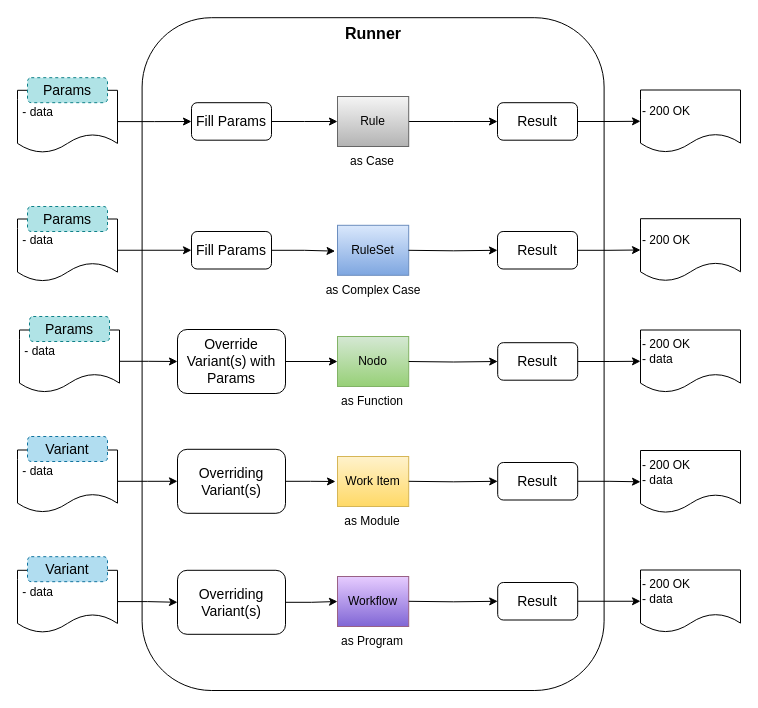
edervzz/nrules keeps this draw.io diagram as page "Runner" (4 of 5) of NRule.drawio. Above is the earlier version. Source tidied: cells renumbered, new cells numbered last; positions are measured from the earlier drawing's top-left corner, leaving out a move shared by most shapes. Both pictures are drawn from the tidied source at 100%, with x=0, y=0 at pixel (17, 17).
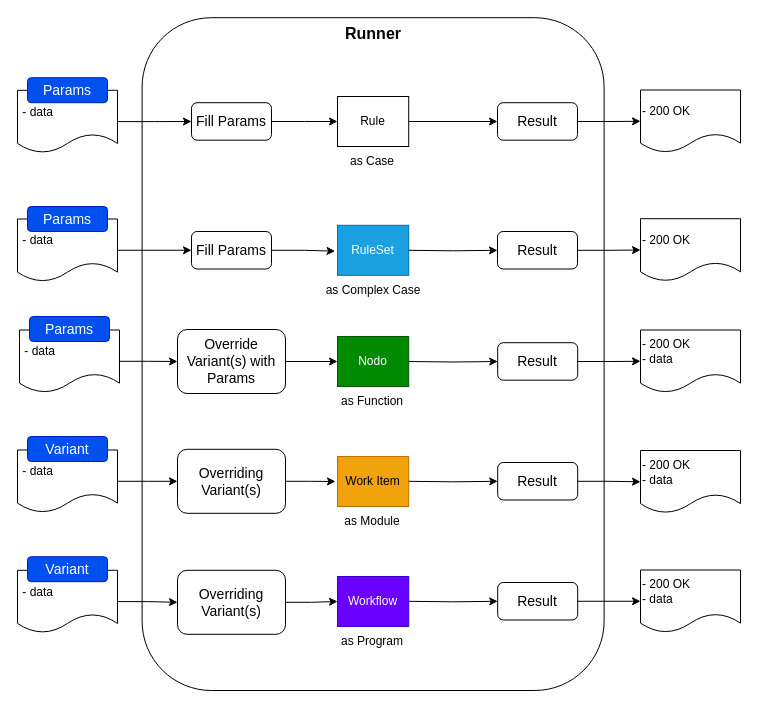
Above is the later version.

Change to the diagram source:
```diff
@@
-    <mxCell id="4" value="Rule" style="rounded=0;whiteSpace=wrap;html=1;verticalAlign=middle;align=center;fillColor=#f5f5f5;strokeColor=#666666;gradientColor=#b3b3b3;" parent="1" vertex="1">
+    <mxCell id="4" value="Rule" style="rounded=0;whiteSpace=wrap;html=1;verticalAlign=middle;align=center;" parent="1" vertex="1">
       <mxGeometry x="320" y="79" width="71.2" height="50" as="geometry" />
     </mxCell>
-    <mxCell id="5" value="RuleSet" style="rounded=0;whiteSpace=wrap;html=1;verticalAlign=middle;align=center;fillColor=#dae8fc;strokeColor=#6c8ebf;gradientColor=#7ea6e0;" parent="1" vertex="1">
+    <mxCell id="5" value="RuleSet" style="rounded=0;whiteSpace=wrap;html=1;verticalAlign=middle;align=center;fillColor=#1ba1e2;strokeColor=#006EAF;fontColor=#ffffff;" parent="1" vertex="1">
       <mxGeometry x="320" y="207.8" width="71.2" height="50" as="geometry" />
     </mxCell>
-    <mxCell id="6" value="Nodo" style="rounded=0;whiteSpace=wrap;html=1;verticalAlign=middle;align=center;fillColor=#d5e8d4;strokeColor=#82b366;gradientColor=#97d077;" parent="1" vertex="1">
+    <mxCell id="6" value="Nodo" style="rounded=0;whiteSpace=wrap;html=1;verticalAlign=middle;align=center;fillColor=#008a00;strokeColor=#005700;fontColor=#ffffff;" parent="1" vertex="1">
       <mxGeometry x="320" y="319" width="71.2" height="50" as="geometry" />
     </mxCell>
-    <mxCell id="7" value="Work&amp;nbsp;&lt;span style=&quot;background-color: initial;&quot;&gt;Item&lt;/span&gt;" style="rounded=0;whiteSpace=wrap;html=1;verticalAlign=middle;align=center;fillColor=#fff2cc;strokeColor=#d6b656;gradientColor=#ffd966;" parent="1" vertex="1">
+    <mxCell id="7" value="Work&amp;nbsp;&lt;span style=&quot;background-color: initial;&quot;&gt;Item&lt;/span&gt;" style="rounded=0;whiteSpace=wrap;html=1;verticalAlign=middle;align=center;fillColor=#f0a30a;strokeColor=#BD7000;fontColor=#000000;" parent="1" vertex="1">
       <mxGeometry x="320" y="439" width="71.2" height="50" as="geometry" />
     </mxCell>
-    <mxCell id="8" value="Workflow" style="rounded=0;whiteSpace=wrap;html=1;verticalAlign=middle;align=center;fillColor=#E7CCFF;strokeColor=#996185;gradientColor=#8066D5;gradientDirection=south;" parent="1" vertex="1">
+    <mxCell id="8" value="Workflow" style="rounded=0;whiteSpace=wrap;html=1;verticalAlign=middle;align=center;fillColor=#6a00ff;strokeColor=#3700CC;gradientDirection=south;fontColor=#ffffff;" parent="1" vertex="1">
       <mxGeometry x="320" y="559" width="71.2" height="50" as="geometry" />
     </mxCell>
@@
-    <mxCell id="13" value="Params" style="rounded=1;whiteSpace=wrap;html=1;verticalAlign=middle;fontSize=14;fillColor=#b0e3e6;strokeColor=#0e8088;dashed=1;" parent="1" vertex="1">
+    <mxCell id="13" value="Params" style="rounded=1;whiteSpace=wrap;html=1;verticalAlign=middle;fontSize=14;fillColor=#0050ef;strokeColor=#001DBC;fontColor=#ffffff;" parent="1" vertex="1">
       <mxGeometry x="10" y="60.2" width="80" height="25" as="geometry" />
     </mxCell>
@@
-    <mxCell id="20" value="Params" style="rounded=1;whiteSpace=wrap;html=1;verticalAlign=middle;fontSize=14;fillColor=#b0e3e6;strokeColor=#0e8088;dashed=1;" parent="1" vertex="1">
+    <mxCell id="20" value="Params" style="rounded=1;whiteSpace=wrap;html=1;verticalAlign=middle;fontSize=14;fillColor=#0050ef;strokeColor=#001DBC;fontColor=#ffffff;" parent="1" vertex="1">
       <mxGeometry x="10" y="189" width="80" height="25" as="geometry" />
     </mxCell>
@@
-    <mxCell id="28" value="Params" style="rounded=1;whiteSpace=wrap;html=1;verticalAlign=middle;fontSize=14;fillColor=#b0e3e6;strokeColor=#0e8088;dashed=1;" parent="1" vertex="1">
+    <mxCell id="28" value="Params" style="rounded=1;whiteSpace=wrap;html=1;verticalAlign=middle;fontSize=14;fillColor=#0050ef;strokeColor=#001DBC;fontColor=#ffffff;" parent="1" vertex="1">
       <mxGeometry x="12" y="299" width="80" height="25" as="geometry" />
     </mxCell>
@@
-    <mxCell id="36" value="Variant" style="rounded=1;whiteSpace=wrap;html=1;verticalAlign=middle;fontSize=14;fillColor=#b1ddf0;strokeColor=#10739e;dashed=1;" parent="1" vertex="1">
+    <mxCell id="36" value="Variant" style="rounded=1;whiteSpace=wrap;html=1;verticalAlign=middle;fontSize=14;fillColor=#0050ef;strokeColor=#001DBC;fontColor=#ffffff;" parent="1" vertex="1">
       <mxGeometry x="10" y="419" width="80" height="25" as="geometry" />
     </mxCell>
@@
-    <mxCell id="55" value="Variant" style="rounded=1;whiteSpace=wrap;html=1;verticalAlign=middle;fontSize=14;fillColor=#b1ddf0;strokeColor=#10739e;dashed=1;" parent="1" vertex="1">
+    <mxCell id="55" value="Variant" style="rounded=1;whiteSpace=wrap;html=1;verticalAlign=middle;fontSize=14;fillColor=#0050ef;strokeColor=#001DBC;fontColor=#ffffff;" parent="1" vertex="1">
       <mxGeometry x="10" y="539.2" width="80" height="25" as="geometry" />
     </mxCell>
```
